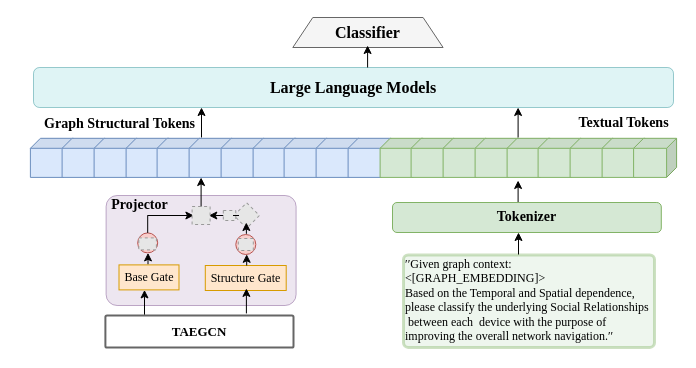
Before: subframework.drawio in hzb29/hzb29, a draw.io diagram. Source tidied: cells renumbered, new cells numbered last; positions are measured from the earlier drawing's top-left corner, leaving out a move shared by most shapes. Both pictures are drawn from the tidied source at 100%, with x=0, y=0 at pixel (30, 17). Pictures stored in the file or linked from it are replaced by grey dashed boxes.
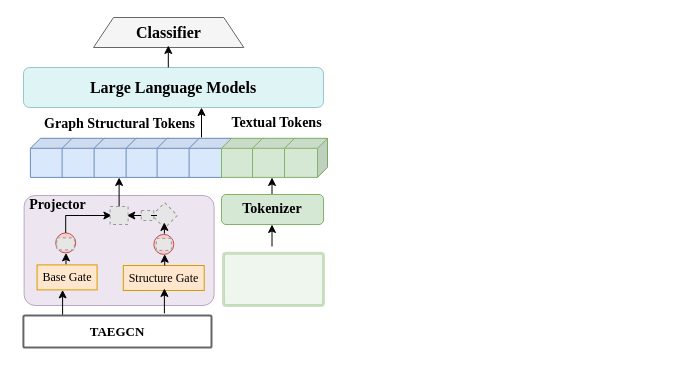
The same page after the edit.

What changed in the source:
```diff
@@
     <mxCell id="2" style="rounded=1;whiteSpace=wrap;html=1;fillColor=#e1d5e7;strokeColor=#9673a6;opacity=60;arcSize=10;" parent="1" vertex="1">
-      <mxGeometry x="75.6" y="178" width="190" height="110" as="geometry" />
+      <mxGeometry x="-6.4" y="178" width="190" height="110" as="geometry" />
     </mxCell>
     <mxCell id="3" value="&lt;font face=&quot;Times New Roman&quot; style=&quot;font-size: 16px;&quot;&gt;&lt;b style=&quot;&quot;&gt;Large Language Models&lt;/b&gt;&lt;/font&gt;" style="rounded=1;whiteSpace=wrap;html=1;fillColor=#b0e3e6;strokeColor=#0e8088;opacity=40;" parent="1" vertex="1">
-      <mxGeometry x="3" y="50" width="640" height="40" as="geometry" />
+      <mxGeometry x="-7" y="50" width="300" height="40" as="geometry" />
     </mxCell>
@@
     <mxCell id="5" value="&lt;font face=&quot;Times New Roman&quot; style=&quot;font-size: 14px;&quot;&gt;&lt;b style=&quot;&quot;&gt;Textual Tokens&lt;/b&gt;&lt;/font&gt;" style="text;html=1;align=center;verticalAlign=middle;strokeColor=none;fillColor=none;" parent="1" vertex="1">
-      <mxGeometry x="538.1" y="90.9" width="110" height="30" as="geometry" />
+      <mxGeometry x="191" y="90.9" width="110" height="30" as="geometry" />
     </mxCell>
     <mxCell id="6" style="edgeStyle=orthogonalEdgeStyle;rounded=0;orthogonalLoop=1;jettySize=auto;html=1;exitX=0.5;exitY=0;exitDx=0;exitDy=0;entryX=0.5;entryY=1;entryDx=0;entryDy=0;" parent="1" edge="1">
       <mxGeometry relative="1" as="geometry">
-        <mxPoint x="114" y="297.4" as="sourcePoint" />
-        <mxPoint x="114" y="272.4" as="targetPoint" />
+        <mxPoint x="32.1" y="297.4" as="sourcePoint" />
+        <mxPoint x="32.1" y="272.4" as="targetPoint" />
       </mxGeometry>
     </mxCell>
-    <mxCell id="7" style="endArrow=classic;html=1;rounded=0;entryX=0.5;entryY=1;entryDx=0;entryDy=0;entryPerimeter=0;" parent="1" edge="1">
-      <mxGeometry relative="1" as="geometry">
-        <mxPoint x="487.6" y="190" as="sourcePoint" />
-        <mxPoint x="487.6" y="163" as="targetPoint" />
-      </mxGeometry>
-    </mxCell>
@@
-    <mxCell id="9" value="&lt;span style=&quot;text-align: start; white-space: pre;&quot;&gt;&lt;font style=&quot;font-size: 14px;&quot; face=&quot;Times New Roman&quot;&gt;&lt;b&gt;Tokenizer&lt;/b&gt;&lt;/font&gt;&lt;/span&gt;" style="rounded=1;whiteSpace=wrap;html=1;fillColor=#d5e8d4;strokeColor=#82b366;" parent="1" vertex="1">
-      <mxGeometry x="362" y="185" width="268.8" height="30" as="geometry" />
-    </mxCell>
     <mxCell id="10" value="&lt;font face=&quot;Times New Roman&quot;&gt;Structure Gate&lt;/font&gt;" style="rounded=0;whiteSpace=wrap;html=1;fillColor=#ffe6cc;strokeColor=#d79b00;" parent="1" vertex="1">
-      <mxGeometry x="174.8" y="248" width="80.9" height="25" as="geometry" />
+      <mxGeometry x="92.8" y="248" width="80.9" height="25" as="geometry" />
     </mxCell>
     <mxCell id="11" value="&lt;font face=&quot;Times New Roman&quot;&gt;Base Gate&lt;/font&gt;" style="rounded=0;whiteSpace=wrap;html=1;fillColor=#ffe6cc;strokeColor=#d79b00;" parent="1" vertex="1">
-      <mxGeometry x="88.5" y="247.4" width="60" height="25" as="geometry" />
+      <mxGeometry x="6.6" y="247.4" width="60" height="25" as="geometry" />
     </mxCell>
     <mxCell id="12" style="edgeStyle=orthogonalEdgeStyle;rounded=0;orthogonalLoop=1;jettySize=auto;html=1;exitX=0.5;exitY=0;exitDx=0;exitDy=0;entryX=0.5;entryY=1;entryDx=0;entryDy=0;" parent="1" edge="1">
       <mxGeometry relative="1" as="geometry">
-        <mxPoint x="215.9" y="295.9" as="sourcePoint" />
-        <mxPoint x="215.9" y="270.9" as="targetPoint" />
+        <mxPoint x="133.9" y="295.9" as="sourcePoint" />
+        <mxPoint x="133.9" y="270.9" as="targetPoint" />
       </mxGeometry>
     </mxCell>
     <mxCell id="13" style="endArrow=classic;html=1;rounded=0;" parent="1" edge="1">
       <mxGeometry relative="1" as="geometry">
-        <mxPoint x="193.3" y="198" as="sourcePoint" />
-        <mxPoint x="178.3" y="198" as="targetPoint" />
+        <mxPoint x="111.3" y="198" as="sourcePoint" />
+        <mxPoint x="96.3" y="198" as="targetPoint" />
       </mxGeometry>
     </mxCell>
     <mxCell id="14" style="group;" parent="1" vertex="1">
-      <mxGeometry x="203.5" y="185.3" width="25.5" height="51.7" as="geometry" />
+      <mxGeometry x="121.5" y="185.2" width="25.5" height="51.7" as="geometry" />
     </mxCell>
@@
     <mxCell id="20" style="edgeStyle=orthogonalEdgeStyle;rounded=0;orthogonalLoop=1;jettySize=auto;html=1;exitX=0.5;exitY=0;exitDx=0;exitDy=0;" parent="1" edge="1">
       <mxGeometry relative="1" as="geometry">
-        <mxPoint x="216.2" y="248" as="sourcePoint" />
-        <mxPoint x="216.2" y="236.8" as="targetPoint" />
+        <mxPoint x="134.2" y="248" as="sourcePoint" />
+        <mxPoint x="134.2" y="236.7" as="targetPoint" />
       </mxGeometry>
     </mxCell>
     <mxCell id="21" style="edgeStyle=orthogonalEdgeStyle;rounded=0;orthogonalLoop=1;jettySize=auto;html=1;exitX=0.5;exitY=0;exitDx=0;exitDy=0;" parent="1" edge="1">
       <mxGeometry relative="1" as="geometry">
-        <mxPoint x="117.5" y="246.7" as="sourcePoint" />
-        <mxPoint x="117.5" y="235.4" as="targetPoint" />
+        <mxPoint x="35.5" y="246.7" as="sourcePoint" />
+        <mxPoint x="35.5" y="235.4" as="targetPoint" />
       </mxGeometry>
     </mxCell>
@@
-    <mxCell id="28" style="shape=cube;whiteSpace=wrap;html=1;boundedLbl=1;backgroundOutline=1;darkOpacity=0.05;darkOpacity2=0.1;flipH=1;fillColor=#dae8fc;strokeColor=#6c8ebf;size=10;" parent="1" vertex="1">
-      <mxGeometry x="190.6" y="120.8" width="43" height="39.1" as="geometry" />
-    </mxCell>
-    <mxCell id="29" style="shape=cube;whiteSpace=wrap;html=1;boundedLbl=1;backgroundOutline=1;darkOpacity=0.05;darkOpacity2=0.1;flipH=1;fillColor=#dae8fc;strokeColor=#6c8ebf;size=10;" parent="1" vertex="1">
-      <mxGeometry x="222.6" y="120.8" width="43" height="39.1" as="geometry" />
-    </mxCell>
-    <mxCell id="30" style="shape=cube;whiteSpace=wrap;html=1;boundedLbl=1;backgroundOutline=1;darkOpacity=0.05;darkOpacity2=0.1;flipH=1;fillColor=#dae8fc;strokeColor=#6c8ebf;size=10;" parent="1" vertex="1">
-      <mxGeometry x="253.6" y="120.8" width="43" height="39.1" as="geometry" />
-    </mxCell>
-    <mxCell id="31" style="shape=cube;whiteSpace=wrap;html=1;boundedLbl=1;backgroundOutline=1;darkOpacity=0.05;darkOpacity2=0.1;flipH=1;fillColor=#dae8fc;strokeColor=#6c8ebf;size=10;" parent="1" vertex="1">
-      <mxGeometry x="285.6" y="120.8" width="43" height="39.1" as="geometry" />
-    </mxCell>
-    <mxCell id="32" style="shape=cube;whiteSpace=wrap;html=1;boundedLbl=1;backgroundOutline=1;darkOpacity=0.05;darkOpacity2=0.1;flipH=1;fillColor=#dae8fc;strokeColor=#6c8ebf;size=10;" parent="1" vertex="1">
-      <mxGeometry x="317.6" y="120.8" width="43" height="39.1" as="geometry" />
-    </mxCell>
     <mxCell id="33" style="shape=cube;whiteSpace=wrap;html=1;boundedLbl=1;backgroundOutline=1;darkOpacity=0.05;darkOpacity2=0.1;flipH=1;fillColor=#d5e8d4;strokeColor=#82b366;size=10;" parent="1" vertex="1">
-      <mxGeometry x="349.6" y="120.8" width="43" height="39.1" as="geometry" />
+      <mxGeometry x="191" y="120.8" width="43" height="39.1" as="geometry" />
     </mxCell>
     <mxCell id="34" style="shape=cube;whiteSpace=wrap;html=1;boundedLbl=1;backgroundOutline=1;darkOpacity=0.05;darkOpacity2=0.1;flipH=1;fillColor=#d5e8d4;strokeColor=#82b366;size=10;" parent="1" vertex="1">
-      <mxGeometry x="380.6" y="120.8" width="43" height="39.1" as="geometry" />
+      <mxGeometry x="222" y="120.8" width="43" height="39.1" as="geometry" />
     </mxCell>
     <mxCell id="35" style="shape=cube;whiteSpace=wrap;html=1;boundedLbl=1;backgroundOutline=1;darkOpacity=0.05;darkOpacity2=0.1;flipH=1;fillColor=#d5e8d4;strokeColor=#82b366;size=10;" parent="1" vertex="1">
-      <mxGeometry x="412.6" y="120.8" width="43" height="39.1" as="geometry" />
+      <mxGeometry x="254" y="120.8" width="43" height="39.1" as="geometry" />
     </mxCell>
-    <mxCell id="36" style="shape=cube;whiteSpace=wrap;html=1;boundedLbl=1;backgroundOutline=1;darkOpacity=0.05;darkOpacity2=0.1;flipH=1;fillColor=#d5e8d4;strokeColor=#82b366;size=10;" parent="1" vertex="1">
-      <mxGeometry x="444.6" y="120.8" width="43" height="39.1" as="geometry" />
-    </mxCell>
-    <mxCell id="37" style="shape=cube;whiteSpace=wrap;html=1;boundedLbl=1;backgroundOutline=1;darkOpacity=0.05;darkOpacity2=0.1;flipH=1;fillColor=#d5e8d4;strokeColor=#82b366;size=10;" parent="1" vertex="1">
-      <mxGeometry x="476.6" y="120.8" width="43" height="39.1" as="geometry" />
-    </mxCell>
-    <mxCell id="38" style="shape=cube;whiteSpace=wrap;html=1;boundedLbl=1;backgroundOutline=1;darkOpacity=0.05;darkOpacity2=0.1;flipH=1;fillColor=#d5e8d4;strokeColor=#82b366;size=10;" parent="1" vertex="1">
-      <mxGeometry x="507.6" y="120.8" width="43" height="39.1" as="geometry" />
-    </mxCell>
-    <mxCell id="39" style="shape=cube;whiteSpace=wrap;html=1;boundedLbl=1;backgroundOutline=1;darkOpacity=0.05;darkOpacity2=0.1;flipH=1;fillColor=#d5e8d4;strokeColor=#82b366;size=10;" parent="1" vertex="1">
-      <mxGeometry x="539.6" y="120.8" width="43" height="39.1" as="geometry" />
-    </mxCell>
-    <mxCell id="40" style="shape=cube;whiteSpace=wrap;html=1;boundedLbl=1;backgroundOutline=1;darkOpacity=0.05;darkOpacity2=0.1;flipH=1;fillColor=#d5e8d4;strokeColor=#82b366;size=10;" parent="1" vertex="1">
-      <mxGeometry x="571.6" y="120.8" width="43" height="39.1" as="geometry" />
-    </mxCell>
-    <mxCell id="41" style="shape=cube;whiteSpace=wrap;html=1;boundedLbl=1;backgroundOutline=1;darkOpacity=0.05;darkOpacity2=0.1;flipH=1;fillColor=#d5e8d4;strokeColor=#82b366;size=10;" parent="1" vertex="1">
-      <mxGeometry x="603.1" y="120.8" width="43" height="39.1" as="geometry" />
-    </mxCell>
     <mxCell id="42" value="&lt;b style=&quot;color: rgb(0, 0, 0); text-wrap-mode: nowrap; font-family: &amp;quot;Times New Roman&amp;quot;;&quot;&gt;&lt;font style=&quot;font-size: 13px;&quot;&gt;TAEGCN&lt;/font&gt;&lt;/b&gt;" style="rounded=1;whiteSpace=wrap;html=1;fillColor=default;strokeColor=#666666;strokeWidth=2;arcSize=5;fontColor=#333333;" parent="1" vertex="1">
-      <mxGeometry x="74.9" y="298" width="188.1" height="32" as="geometry" />
+      <mxGeometry x="-7.1" y="298" width="188.1" height="32" as="geometry" />
     </mxCell>
-    <mxCell id="43" style="endArrow=classic;html=1;rounded=0;entryX=0.084;entryY=1.05;entryDx=0;entryDy=0;entryPerimeter=0;" parent="1" edge="1">
-      <mxGeometry relative="1" as="geometry">
-        <mxPoint x="487.6" y="120" as="sourcePoint" />
-        <mxPoint x="487.6" y="90" as="targetPoint" />
-      </mxGeometry>
-    </mxCell>
     <mxCell id="44" style="endArrow=classic;html=1;rounded=0;entryX=0.084;entryY=1.05;entryDx=0;entryDy=0;entryPerimeter=0;" parent="1" edge="1">
       <mxGeometry relative="1" as="geometry">
-        <mxPoint x="170.6" y="190" as="sourcePoint" />
-        <mxPoint x="170.6" y="160" as="targetPoint" />
+        <mxPoint x="88.6" y="190" as="sourcePoint" />
+        <mxPoint x="88.6" y="160" as="targetPoint" />
       </mxGeometry>
     </mxCell>
     <mxCell id="45" style="endArrow=classic;html=1;rounded=0;" parent="1" edge="1">
       <mxGeometry relative="1" as="geometry">
-        <mxPoint x="116.8" y="198" as="sourcePoint" />
-        <mxPoint x="163.4" y="198" as="targetPoint" />
+        <mxPoint x="34.8" y="198" as="sourcePoint" />
+        <mxPoint x="81.4" y="198" as="targetPoint" />
       </mxGeometry>
     </mxCell>
     <mxCell id="46" style="group;" parent="1" vertex="1">
-      <mxGeometry x="107.2" y="215.4" width="22.7" height="20" as="geometry" />
+      <mxGeometry x="25.2" y="215.4" width="22.7" height="20" as="geometry" />
     </mxCell>
@@
     <mxCell id="49" style="fillColor=#E6E6E6;strokeColor=#999999;dashed=1;verticalLabelPosition=bottom;labelBackgroundColor=default;verticalAlign=top;rotation=90;" parent="1" vertex="1">
-      <mxGeometry x="161.6" y="189" width="18" height="18" as="geometry" />
+      <mxGeometry x="79.6" y="189" width="18" height="18" as="geometry" />
     </mxCell>
     <mxCell id="50" style="fillColor=#E6E6E6;strokeColor=#999999;dashed=1;verticalLabelPosition=bottom;labelBackgroundColor=default;verticalAlign=top;" parent="1" vertex="1">
-      <mxGeometry x="192.8" y="193" width="12.5" height="10" as="geometry" />
+      <mxGeometry x="110.8" y="193" width="12.5" height="10" as="geometry" />
     </mxCell>
     <mxCell id="51" style="endArrow=none;html=1;rounded=0;" parent="1" edge="1">
       <mxGeometry relative="1" as="geometry">
-        <mxPoint x="202.5" y="198" as="sourcePoint" />
-        <mxPoint x="208.5" y="198" as="targetPoint" />
+        <mxPoint x="120.5" y="198" as="sourcePoint" />
+        <mxPoint x="126.5" y="198" as="targetPoint" />
       </mxGeometry>
     </mxCell>
     <mxCell id="52" style="endArrow=none;html=1;rounded=0;" parent="1" edge="1">
       <mxGeometry relative="1" as="geometry">
-        <mxPoint x="117.2" y="215.4" as="sourcePoint" />
-        <mxPoint x="117.2" y="198.4" as="targetPoint" />
+        <mxPoint x="35.2" y="215.4" as="sourcePoint" />
+        <mxPoint x="35.2" y="198.4" as="targetPoint" />
       </mxGeometry>
     </mxCell>
     <mxCell id="53" style="group;" parent="1" vertex="1">
-      <mxGeometry x="373" y="233.4" width="251" height="100" as="geometry" />
+      <mxGeometry x="193" y="233.4" width="100" height="56.5" as="geometry" />
     </mxCell>
     <mxCell id="54" style="rounded=1;whiteSpace=wrap;html=1;fillColor=#d5e8d4;strokeWidth=3;arcSize=5;opacity=40;strokeColor=#82b366;" parent="53" vertex="1">
-      <mxGeometry y="4" width="251" height="92.5" as="geometry" />
+      <mxGeometry y="2.3" width="100" height="52.3" as="geometry" />
     </mxCell>
-    <mxCell id="55" value="&lt;div style=&quot;caret-color: rgb(0, 0, 0); color: rgb(0, 0, 0); font-style: normal; font-variant-caps: normal; font-weight: 400; letter-spacing: normal; text-indent: 0px; text-transform: none; white-space: nowrap; word-spacing: 0px; -webkit-text-stroke-width: 0px; text-decoration: none;&quot;&gt;&lt;font face=&quot;Times New Roman&quot;&gt;′′Given graph context:&amp;nbsp;&lt;/font&gt;&lt;/div&gt;&lt;div style=&quot;caret-color: rgb(0, 0, 0); color: rgb(0, 0, 0); font-style: normal; font-variant-caps: normal; font-weight: 400; letter-spacing: normal; text-indent: 0px; text-transform: none; white-space: nowrap; word-spacing: 0px; -webkit-text-stroke-width: 0px; text-decoration: none;&quot;&gt;&lt;font&gt;&lt;font style=&quot;&quot; face=&quot;Times New Roman&quot;&gt;&amp;lt;[GRAPH_EMBEDDING]&lt;/font&gt;&lt;span style=&quot;font-family: &amp;quot;Times New Roman&amp;quot;; color: light-dark(rgb(0, 0, 0), rgb(237, 237, 237)); caret-color: light-dark(rgb(0, 0, 0), rgb(237, 237, 237)); background-color: transparent;&quot;&gt;&amp;gt;&amp;nbsp;&lt;/span&gt;&lt;/font&gt;&lt;/div&gt;&lt;div style=&quot;caret-color: rgb(0, 0, 0); color: rgb(0, 0, 0);&quot;&gt;&lt;span style=&quot;background-color: transparent; text-wrap-mode: nowrap;&quot;&gt;&lt;font face=&quot;Times New Roman&quot;&gt;Based on the Temporal and&amp;nbsp;&lt;/font&gt;&lt;/span&gt;&lt;span style=&quot;font-family: &amp;quot;Times New Roman&amp;quot;; background-color: transparent; text-wrap-mode: nowrap; color: light-dark(rgb(0, 0, 0), rgb(237, 237, 237)); caret-color: light-dark(rgb(0, 0, 0), rgb(237, 237, 237));&quot;&gt;Spatial dependence,&lt;/span&gt;&lt;/div&gt;&lt;div style=&quot;caret-color: rgb(0, 0, 0); color: rgb(0, 0, 0);&quot;&gt;&lt;span style=&quot;font-family: &amp;quot;Times New Roman&amp;quot;; background-color: transparent; text-wrap-mode: nowrap; color: light-dark(rgb(0, 0, 0), rgb(237, 237, 237)); caret-color: light-dark(rgb(0, 0, 0), rgb(237, 237, 237));&quot;&gt;please&amp;nbsp;&lt;/span&gt;&lt;span style=&quot;font-family: &amp;quot;Times New Roman&amp;quot;; background-color: transparent; text-wrap-mode: nowrap; color: light-dark(rgb(0, 0, 0), rgb(237, 237, 237)); caret-color: light-dark(rgb(0, 0, 0), rgb(237, 237, 237));&quot;&gt;classify the underlying Social&amp;nbsp;&lt;/span&gt;&lt;span style=&quot;font-family: &amp;quot;Times New Roman&amp;quot;; background-color: transparent; text-wrap-mode: nowrap; color: light-dark(rgb(0, 0, 0), rgb(237, 237, 237)); caret-color: light-dark(rgb(0, 0, 0), rgb(237, 237, 237));&quot;&gt;Relationships&lt;/span&gt;&lt;/div&gt;&lt;div style=&quot;caret-color: rgb(0, 0, 0); color: rgb(0, 0, 0);&quot;&gt;&lt;span style=&quot;font-family: &amp;quot;Times New Roman&amp;quot;; background-color: transparent; text-wrap-mode: nowrap; color: light-dark(rgb(0, 0, 0), rgb(237, 237, 237)); caret-color: light-dark(rgb(0, 0, 0), rgb(237, 237, 237));&quot;&gt;&amp;nbsp;between each&amp;nbsp;&amp;nbsp;&lt;/span&gt;&lt;span style=&quot;font-family: &amp;quot;Times New Roman&amp;quot;; background-color: transparent; text-wrap-mode: nowrap; color: light-dark(rgb(0, 0, 0), rgb(237, 237, 237)); caret-color: light-dark(rgb(0, 0, 0), rgb(237, 237, 237));&quot;&gt;device with the purpose of&amp;nbsp;&lt;/span&gt;&lt;/div&gt;&lt;div style=&quot;caret-color: rgb(0, 0, 0); color: rgb(0, 0, 0);&quot;&gt;&lt;span style=&quot;font-family: &amp;quot;Times New Roman&amp;quot;; background-color: transparent; text-wrap-mode: nowrap; color: light-dark(rgb(0, 0, 0), rgb(237, 237, 237)); caret-color: light-dark(rgb(0, 0, 0), rgb(237, 237, 237));&quot;&gt;improving the overall network&lt;/span&gt;&lt;span style=&quot;color: light-dark(rgb(0, 0, 0), rgb(237, 237, 237)); caret-color: light-dark(rgb(0, 0, 0), rgb(237, 237, 237)); background-color: transparent; text-wrap-mode: nowrap;&quot;&gt;&lt;font face=&quot;Times New Roman&quot;&gt;&amp;nbsp;navigation.&lt;/font&gt;&lt;/span&gt;&lt;span style=&quot;color: light-dark(rgb(0, 0, 0), rgb(237, 237, 237)); caret-color: light-dark(rgb(0, 0, 0), rgb(237, 237, 237)); background-color: transparent; text-wrap-mode: nowrap; font-family: &amp;quot;Times New Roman&amp;quot;;&quot;&gt;′′&lt;/span&gt;&lt;/div&gt;" style="text;whiteSpace=wrap;html=1;align=left;" parent="53" vertex="1">
-      <mxGeometry width="250" height="100" as="geometry" />
+    <mxCell id="55" value="&lt;div style=&quot;caret-color: rgb(0, 0, 0); color: rgb(0, 0, 0); font-style: normal; font-variant-caps: normal; font-weight: 400; letter-spacing: normal; text-indent: 0px; text-transform: none; white-space: nowrap; word-spacing: 0px; -webkit-text-stroke-width: 0px; text-decoration: none;&quot;&gt;&lt;br&gt;&lt;/div&gt;" style="text;whiteSpace=wrap;html=1;align=left;" parent="53" vertex="1">
+      <mxGeometry width="99.6" height="56.5" as="geometry" />
     </mxCell>
     <mxCell id="56" style="endArrow=classic;html=1;rounded=0;" parent="1" edge="1">
       <mxGeometry relative="1" as="geometry">
-        <mxPoint x="488" y="237" as="sourcePoint" />
-        <mxPoint x="488" y="215" as="targetPoint" />
+        <mxPoint x="241.5" y="229" as="sourcePoint" />
+        <mxPoint x="241.5" y="207" as="targetPoint" />
       </mxGeometry>
     </mxCell>
     <mxCell id="57" value="&lt;font style=&quot;font-size: 14px;&quot; face=&quot;Times New Roman&quot;&gt;&lt;b&gt;Projector&lt;/b&gt;&lt;/font&gt;" style="text;html=1;align=center;verticalAlign=middle;strokeColor=none;fillColor=none;" parent="1" vertex="1">
-      <mxGeometry x="68.6" y="173" width="80" height="30" as="geometry" />
+      <mxGeometry x="-13.4" y="173" width="80" height="30" as="geometry" />
     </mxCell>
     <mxCell id="58" style="group;rotation=-180;" parent="1" vertex="1">
-      <mxGeometry x="262.3" width="150.3" height="31" as="geometry" />
+      <mxGeometry x="63" width="150.3" height="31" as="geometry" />
     </mxCell>
@@
     <mxCell id="62" style="endArrow=classic;html=1;rounded=0;" parent="1" edge="1">
       <mxGeometry relative="1" as="geometry">
-        <mxPoint x="337.1" y="50" as="sourcePoint" />
-        <mxPoint x="337.1" y="28" as="targetPoint" />
+        <mxPoint x="137.8" y="50" as="sourcePoint" />
+        <mxPoint x="137.8" y="28" as="targetPoint" />
       </mxGeometry>
     </mxCell>
+    <mxCell id="63" style="endArrow=classic;html=1;rounded=0;" parent="1" edge="1">
+      <mxGeometry relative="1" as="geometry">
+        <mxPoint x="241.5" y="182" as="sourcePoint" />
+        <mxPoint x="241.5" y="160" as="targetPoint" />
+      </mxGeometry>
+    </mxCell>
+    <mxCell id="9" value="&lt;span style=&quot;text-align: start; white-space: pre;&quot;&gt;&lt;font style=&quot;font-size: 14px;&quot; face=&quot;Times New Roman&quot;&gt;&lt;b&gt;Tokenizer&lt;/b&gt;&lt;/font&gt;&lt;/span&gt;" style="rounded=1;whiteSpace=wrap;html=1;fillColor=#d5e8d4;strokeColor=#82b366;" parent="1" vertex="1">
+      <mxGeometry x="191" y="177" width="102" height="30" as="geometry" />
+    </mxCell>
```
